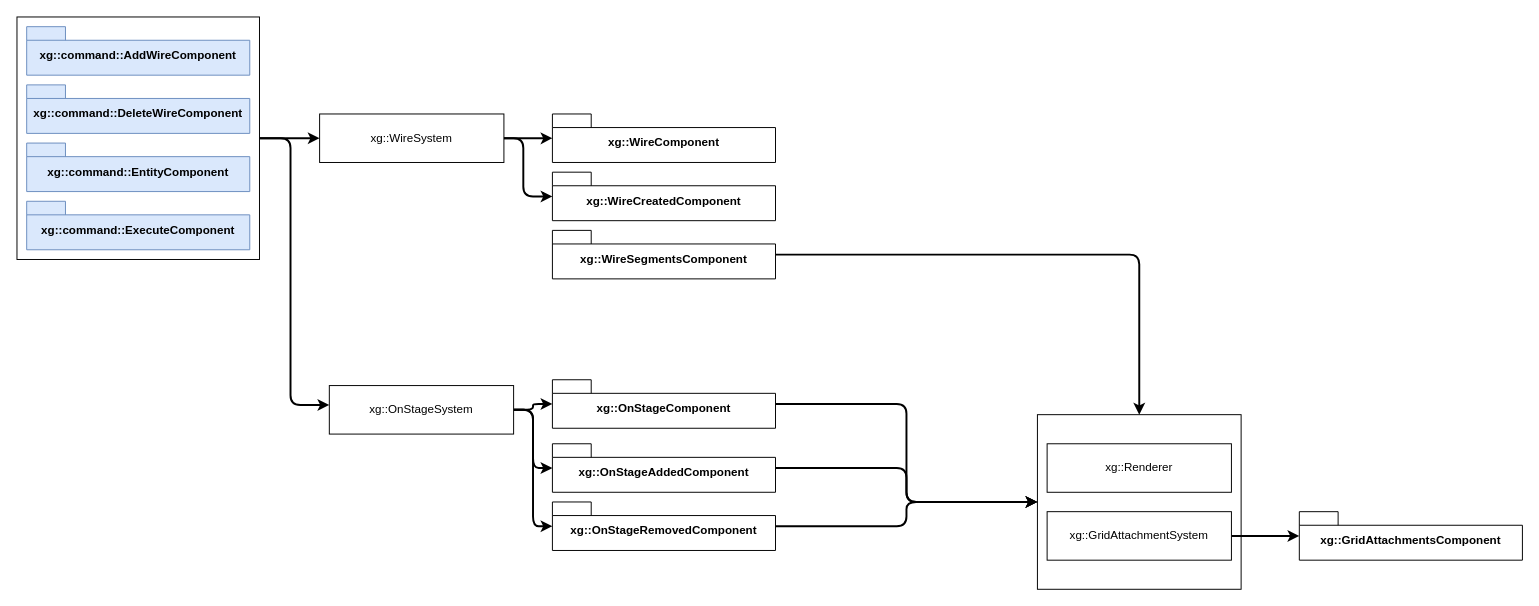
Earlier version of the draw.io diagram design/wire.drawio (djfooks-kl/breadboard). Source tidied: cells renumbered, new cells numbered last; positions are measured from the earlier drawing's top-left corner, leaving out a move shared by most shapes. Both pictures are drawn from the tidied source at 97%, with x=0, y=0 at pixel (16, 16).
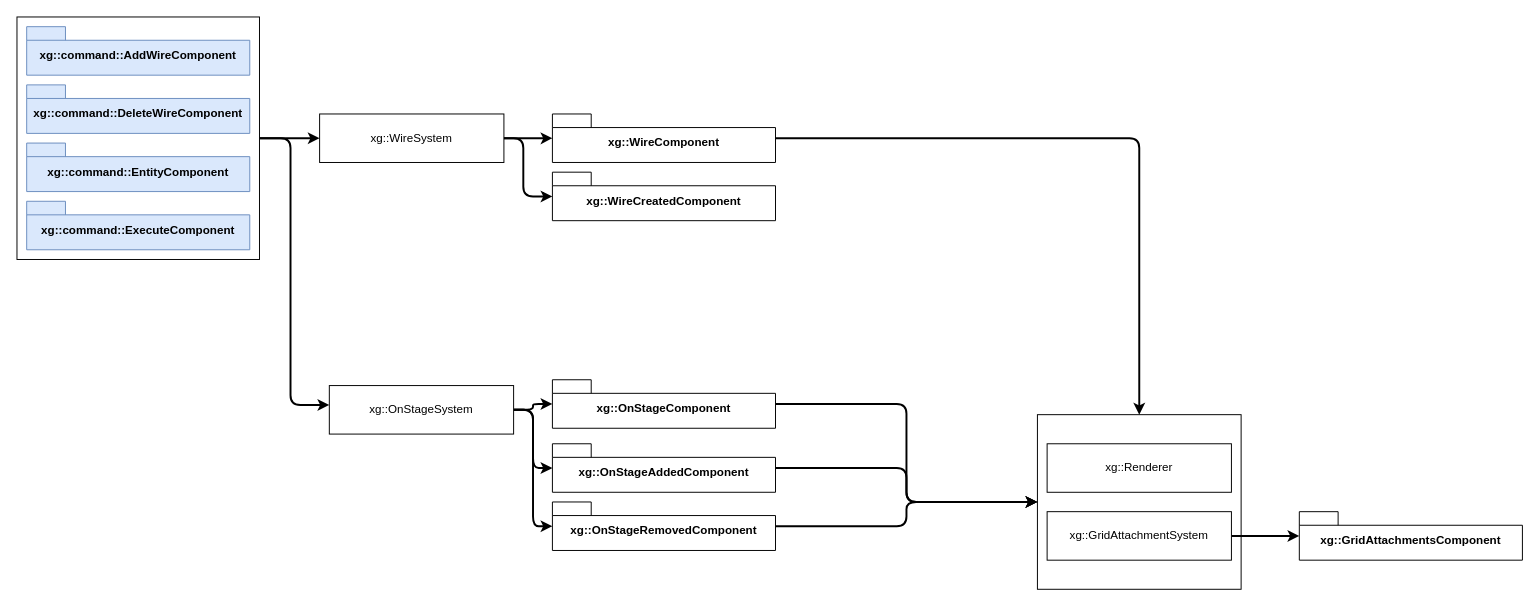
After the change.

Unchanged cells that the change refers to:
```xml
<mxCell id="2" style="rounded=0;whiteSpace=wrap;html=1;" parent="1" vertex="1">
  <mxGeometry x="1052" y="410" width="210" height="180" as="geometry" />
</mxCell>
<mxCell id="10" value="xg::WireComponent" style="shape=folder;fontStyle=1;spacingTop=10;tabWidth=40;tabHeight=14;tabPosition=left;html=1;whiteSpace=wrap;" parent="1" vertex="1">
  <mxGeometry x="552" y="100" width="230" height="50" as="geometry" />
</mxCell>
```

Change to the diagram source:
```diff
@@
-    <mxCell id="27" style="edgeStyle=orthogonalEdgeStyle;shape=connector;curved=0;rounded=1;jumpStyle=gap;jettySize=auto;html=1;strokeColor=default;strokeWidth=2;align=center;verticalAlign=middle;fontFamily=Helvetica;fontSize=11;fontColor=default;labelBackgroundColor=default;endArrow=classic;" parent="1" edge="1" source="28" target="2">
+    <mxCell id="27" style="edgeStyle=orthogonalEdgeStyle;shape=connector;curved=0;rounded=1;jumpStyle=gap;jettySize=auto;html=1;strokeColor=default;strokeWidth=2;align=center;verticalAlign=middle;fontFamily=Helvetica;fontSize=11;fontColor=default;labelBackgroundColor=default;endArrow=classic;" parent="1" edge="1" source="10" target="2">
       <mxGeometry relative="1" as="geometry" />
     </mxCell>
-    <mxCell id="28" value="xg::WireSegmentsComponent" style="shape=folder;fontStyle=1;spacingTop=10;tabWidth=40;tabHeight=14;tabPosition=left;html=1;whiteSpace=wrap;" parent="1" vertex="1">
-      <mxGeometry x="552" y="220" width="230" height="50" as="geometry" />
-    </mxCell>
```
